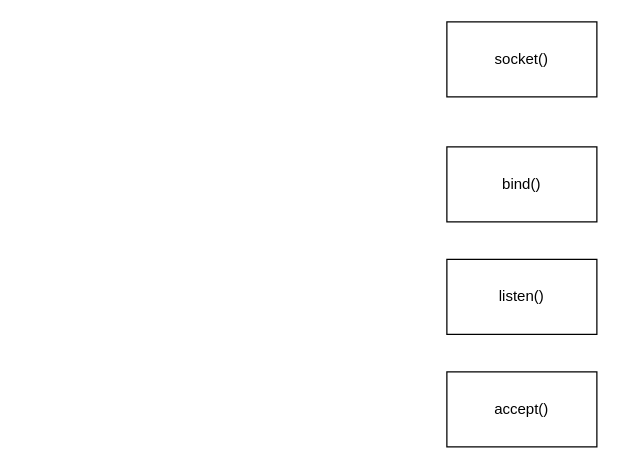
Before: socket.drawio in catface996/images, a draw.io diagram. Source tidied: cells renumbered, new cells numbered last; positions are measured from the earlier drawing's top-left corner, leaving out a move shared by most shapes. Both pictures are drawn from the tidied source at 125%, with x=0, y=0 at pixel (446, 21).
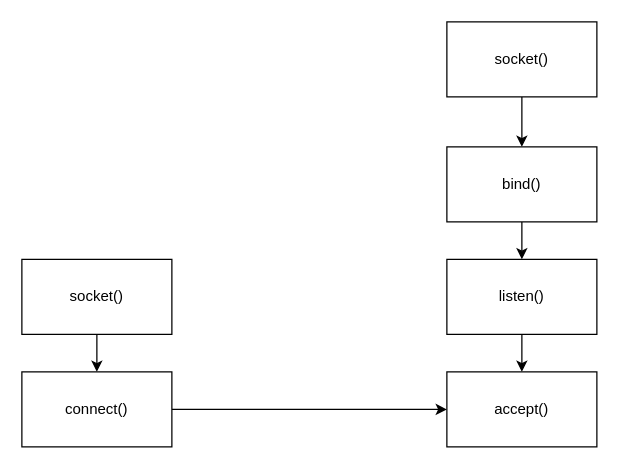
The same diagram, later.

Diff of the diagram source:
```diff
@@
 <mxGraphModel>
   <root>
     <mxCell id="0" />
     <mxCell id="1" parent="0" />
+    <mxCell id="6" style="edgeStyle=orthogonalEdgeStyle;rounded=0;jettySize=auto;html=1;entryX=0.5;entryY=0;entryDx=0;entryDy=0;" parent="1" edge="1" source="2" target="3">
+      <mxGeometry relative="1" as="geometry" />
+    </mxCell>
     <mxCell id="2" value="socket()" style="rounded=0;whiteSpace=wrap;html=1;" parent="1" vertex="1">
       <mxGeometry width="120" height="60" as="geometry" />
     </mxCell>
+    <mxCell id="7" style="edgeStyle=orthogonalEdgeStyle;rounded=0;jettySize=auto;html=1;entryX=0.5;entryY=0;entryDx=0;entryDy=0;" parent="1" edge="1" source="3" target="4">
+      <mxGeometry relative="1" as="geometry" />
+    </mxCell>
     <mxCell id="3" value="bind()" style="rounded=0;whiteSpace=wrap;html=1;" parent="1" vertex="1">
       <mxGeometry y="100" width="120" height="60" as="geometry" />
     </mxCell>
+    <mxCell id="8" style="edgeStyle=orthogonalEdgeStyle;rounded=0;jettySize=auto;html=1;entryX=0.5;entryY=0;entryDx=0;entryDy=0;" parent="1" edge="1" source="4" target="5">
+      <mxGeometry relative="1" as="geometry" />
+    </mxCell>
     <mxCell id="4" value="listen()" style="rounded=0;whiteSpace=wrap;html=1;" parent="1" vertex="1">
       <mxGeometry y="190" width="120" height="60" as="geometry" />
     </mxCell>
     <mxCell id="5" value="accept()" style="rounded=0;whiteSpace=wrap;html=1;" parent="1" vertex="1">
       <mxGeometry y="280" width="120" height="60" as="geometry" />
     </mxCell>
+    <mxCell id="9" style="edgeStyle=orthogonalEdgeStyle;rounded=0;jettySize=auto;html=1;entryX=0.5;entryY=0;entryDx=0;entryDy=0;" parent="1" edge="1" source="10" target="12">
+      <mxGeometry relative="1" as="geometry" />
+    </mxCell>
+    <mxCell id="10" value="socket()" style="rounded=0;whiteSpace=wrap;html=1;" parent="1" vertex="1">
+      <mxGeometry x="-340" y="190" width="120" height="60" as="geometry" />
+    </mxCell>
+    <mxCell id="11" style="edgeStyle=orthogonalEdgeStyle;rounded=0;jettySize=auto;html=1;entryX=0;entryY=0.5;entryDx=0;entryDy=0;" parent="1" edge="1" source="12" target="5">
+      <mxGeometry relative="1" as="geometry" />
+    </mxCell>
+    <mxCell id="12" value="connect()" style="rounded=0;whiteSpace=wrap;html=1;" parent="1" vertex="1">
+      <mxGeometry x="-340" y="280" width="120" height="60" as="geometry" />
+    </mxCell>
   </root>
 </mxGraphModel>
```
